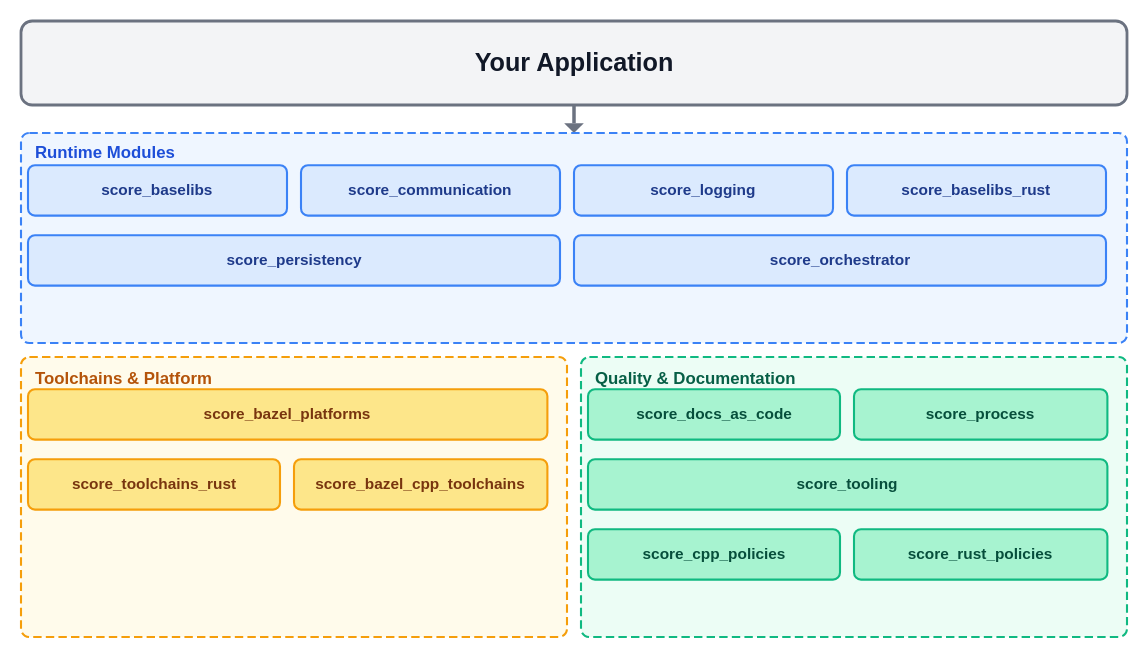
The draw.io diagram docs/users_guide/_assets/module_deps.drawio.svg in eclipse-score/score, before a commit. Source tidied: cells renumbered, new cells last; positions are measured from the earlier drawing's top-left corner, leaving out a move shared by most shapes. Its diagram source:
```xml
<mxGraphModel>
  <root>
    <mxCell id="0" />
    <mxCell id="1" parent="0" />
    <mxCell id="2" value="Your Application" style="rounded=1;whiteSpace=wrap;html=1;fillColor=#F3F4F6;strokeColor=#6B7280;fontStyle=1;fontSize=14;" parent="1" vertex="1">
      <mxGeometry width="790" height="60" as="geometry" />
    </mxCell>
    <mxCell id="3" value="Runtime Modules" style="rounded=1;html=1;fillColor=#EFF6FF;strokeColor=#3B82F6;dashed=1;dashPattern=6 3;verticalAlign=top;align=left;spacingLeft=8;spacingTop=2;fontStyle=1;fontSize=12;fontColor=#1D4ED8;" parent="1" vertex="1">
      <mxGeometry y="80" width="790" height="150" as="geometry" />
    </mxCell>
    <mxCell id="4" value="score_baselibs" style="rounded=1;whiteSpace=wrap;html=1;fillColor=#DBEAFE;strokeColor=#3B82F6;fontColor=#1E3A8A;fontStyle=1;" parent="1" vertex="1">
      <mxGeometry x="5" y="103" width="185" height="36" as="geometry" />
    </mxCell>
    <mxCell id="5" value="score_communication" style="rounded=1;whiteSpace=wrap;html=1;fillColor=#DBEAFE;strokeColor=#3B82F6;fontColor=#1E3A8A;fontStyle=1;" parent="1" vertex="1">
      <mxGeometry x="200" y="103" width="185" height="36" as="geometry" />
    </mxCell>
    <mxCell id="6" value="score_logging" style="rounded=1;whiteSpace=wrap;html=1;fillColor=#DBEAFE;strokeColor=#3B82F6;fontColor=#1E3A8A;fontStyle=1;" parent="1" vertex="1">
      <mxGeometry x="395" y="103" width="185" height="36" as="geometry" />
    </mxCell>
    <mxCell id="7" value="score_baselibs_rust" style="rounded=1;whiteSpace=wrap;html=1;fillColor=#DBEAFE;strokeColor=#3B82F6;fontColor=#1E3A8A;fontStyle=1;" parent="1" vertex="1">
      <mxGeometry x="590" y="103" width="185" height="36" as="geometry" />
    </mxCell>
    <mxCell id="8" value="score_persistency" style="rounded=1;whiteSpace=wrap;html=1;fillColor=#DBEAFE;strokeColor=#3B82F6;fontColor=#1E3A8A;fontStyle=1;" parent="1" vertex="1">
      <mxGeometry x="5" y="153" width="380" height="36" as="geometry" />
    </mxCell>
    <mxCell id="9" value="score_orchestrator" style="rounded=1;whiteSpace=wrap;html=1;fillColor=#DBEAFE;strokeColor=#3B82F6;fontColor=#1E3A8A;fontStyle=1;" parent="1" vertex="1">
      <mxGeometry x="395" y="153" width="380" height="36" as="geometry" />
    </mxCell>
    <mxCell id="10" value="Toolchains &amp; Platform" style="rounded=1;html=1;fillColor=#FFFBEB;strokeColor=#F59E0B;dashed=1;dashPattern=6 3;verticalAlign=top;align=left;spacingLeft=8;spacingTop=2;fontStyle=1;fontSize=12;fontColor=#B45309;" parent="1" vertex="1">
      <mxGeometry y="240" width="390" height="200" as="geometry" />
    </mxCell>
    <mxCell id="11" value="score_bazel_platforms" style="rounded=1;whiteSpace=wrap;html=1;fillColor=#FDE68A;strokeColor=#F59E0B;fontColor=#78350F;fontStyle=1;" parent="1" vertex="1">
      <mxGeometry x="5" y="263" width="371" height="36" as="geometry" />
    </mxCell>
    <mxCell id="12" value="score_toolchains_rust" style="rounded=1;whiteSpace=wrap;html=1;fillColor=#FDE68A;strokeColor=#F59E0B;fontColor=#78350F;fontStyle=1;" parent="1" vertex="1">
      <mxGeometry x="5" y="313" width="180" height="36" as="geometry" />
    </mxCell>
    <mxCell id="13" value="score_bazel_cpp_toolchains" style="rounded=1;whiteSpace=wrap;html=1;fillColor=#FDE68A;strokeColor=#F59E0B;fontColor=#78350F;fontStyle=1;" parent="1" vertex="1">
      <mxGeometry x="195" y="313" width="181" height="36" as="geometry" />
    </mxCell>
    <mxCell id="14" value="Quality &amp; Documentation" style="rounded=1;html=1;fillColor=#ECFDF5;strokeColor=#10B981;dashed=1;dashPattern=6 3;verticalAlign=top;align=left;spacingLeft=8;spacingTop=2;fontStyle=1;fontSize=12;fontColor=#065F46;" parent="1" vertex="1">
      <mxGeometry x="400" y="240" width="390" height="200" as="geometry" />
    </mxCell>
    <mxCell id="15" value="score_docs_as_code" style="rounded=1;whiteSpace=wrap;html=1;fillColor=#A7F3D0;strokeColor=#10B981;fontColor=#064E3B;fontStyle=1;" parent="1" vertex="1">
      <mxGeometry x="405" y="263" width="180" height="36" as="geometry" />
    </mxCell>
    <mxCell id="16" value="score_process" style="rounded=1;whiteSpace=wrap;html=1;fillColor=#A7F3D0;strokeColor=#10B981;fontColor=#064E3B;fontStyle=1;" parent="1" vertex="1">
      <mxGeometry x="595" y="263" width="181" height="36" as="geometry" />
    </mxCell>
    <mxCell id="17" value="score_tooling" style="rounded=1;whiteSpace=wrap;html=1;fillColor=#A7F3D0;strokeColor=#10B981;fontColor=#064E3B;fontStyle=1;" parent="1" vertex="1">
      <mxGeometry x="405" y="313" width="371" height="36" as="geometry" />
    </mxCell>
    <mxCell id="18" value="score_rust_policies" style="rounded=1;whiteSpace=wrap;html=1;fillColor=#A7F3D0;strokeColor=#10B981;fontColor=#064E3B;fontStyle=1;" parent="1" vertex="1">
      <mxGeometry x="595" y="363" width="181" height="36" as="geometry" />
    </mxCell>
    <mxCell id="19" value="score_cpp_policies" style="rounded=1;whiteSpace=wrap;html=1;fillColor=#A7F3D0;strokeColor=#10B981;fontColor=#064E3B;fontStyle=1;" parent="1" vertex="1">
      <mxGeometry x="405" y="363" width="180" height="36" as="geometry" />
    </mxCell>
    <mxCell id="20" style="edgeStyle=orthogonalEdgeStyle;rounded=0;jettySize=auto;exitX=0.5;exitY=1;exitDx=0;exitDy=0;entryX=0.5;entryY=0;entryDx=0;entryDy=0;strokeColor=#6B7280;strokeWidth=2.5;fillColor=#6B7280;" parent="1" edge="1" source="2" target="3">
      <mxGeometry relative="1" as="geometry" />
    </mxCell>
  </root>
</mxGraphModel>
```
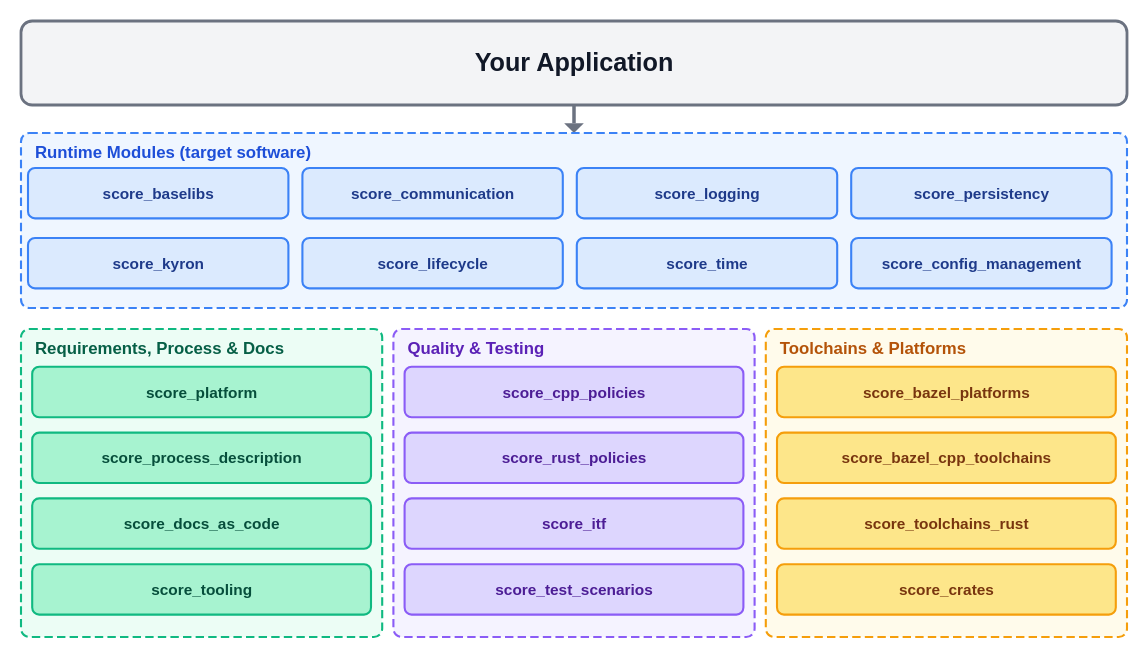
After the commit.

The edit, as a diff of the source:
```diff
@@ -2,62 +2,83 @@
   <root>
     <mxCell id="0" />
     <mxCell id="1" parent="0" />
-    <mxCell id="2" value="Your Application" style="rounded=1;whiteSpace=wrap;html=1;fillColor=#F3F4F6;strokeColor=#6B7280;fontStyle=1;fontSize=14;" parent="1" vertex="1">
+    <mxCell id="2" value="Your Application" style="rounded=1;arcSize=10;fillColor=#F3F4F6;strokeColor=#6B7280;strokeWidth=2;fontStyle=1;fontSize=18;fontColor=#111827;" parent="1" vertex="1">
       <mxGeometry width="790" height="60" as="geometry" />
     </mxCell>
-    <mxCell id="3" value="Runtime Modules" style="rounded=1;html=1;fillColor=#EFF6FF;strokeColor=#3B82F6;dashed=1;dashPattern=6 3;verticalAlign=top;align=left;spacingLeft=8;spacingTop=2;fontStyle=1;fontSize=12;fontColor=#1D4ED8;" parent="1" vertex="1">
-      <mxGeometry y="80" width="790" height="150" as="geometry" />
+    <mxCell id="3" value="Runtime Modules (target software)" style="rounded=1;arcSize=3;dashed=1;dashPattern=6 3;fillColor=#EFF6FF;strokeColor=#3B82F6;fontColor=#1D4ED8;fontStyle=1;fontSize=12;verticalAlign=top;align=left;spacingLeft=8;" parent="1" vertex="1">
+      <mxGeometry y="80" width="790" height="125" as="geometry" />
     </mxCell>
-    <mxCell id="4" value="score_baselibs" style="rounded=1;whiteSpace=wrap;html=1;fillColor=#DBEAFE;strokeColor=#3B82F6;fontColor=#1E3A8A;fontStyle=1;" parent="1" vertex="1">
-      <mxGeometry x="5" y="103" width="185" height="36" as="geometry" />
+    <mxCell id="4" value="score_baselibs" style="rounded=1;arcSize=14;fillColor=#DBEAFE;strokeColor=#3B82F6;fontColor=#1E3A8A;fontStyle=1;fontSize=11;" parent="1" vertex="1">
+      <mxGeometry x="5" y="105" width="186" height="36" as="geometry" />
     </mxCell>
-    <mxCell id="5" value="score_communication" style="rounded=1;whiteSpace=wrap;html=1;fillColor=#DBEAFE;strokeColor=#3B82F6;fontColor=#1E3A8A;fontStyle=1;" parent="1" vertex="1">
-      <mxGeometry x="200" y="103" width="185" height="36" as="geometry" />
+    <mxCell id="5" value="score_communication" style="rounded=1;arcSize=14;fillColor=#DBEAFE;strokeColor=#3B82F6;fontColor=#1E3A8A;fontStyle=1;fontSize=11;" parent="1" vertex="1">
+      <mxGeometry x="201" y="105" width="186" height="36" as="geometry" />
     </mxCell>
-    <mxCell id="6" value="score_logging" style="rounded=1;whiteSpace=wrap;html=1;fillColor=#DBEAFE;strokeColor=#3B82F6;fontColor=#1E3A8A;fontStyle=1;" parent="1" vertex="1">
-      <mxGeometry x="395" y="103" width="185" height="36" as="geometry" />
+    <mxCell id="6" value="score_logging" style="rounded=1;arcSize=14;fillColor=#DBEAFE;strokeColor=#3B82F6;fontColor=#1E3A8A;fontStyle=1;fontSize=11;" parent="1" vertex="1">
+      <mxGeometry x="397" y="105" width="186" height="36" as="geometry" />
     </mxCell>
-    <mxCell id="7" value="score_baselibs_rust" style="rounded=1;whiteSpace=wrap;html=1;fillColor=#DBEAFE;strokeColor=#3B82F6;fontColor=#1E3A8A;fontStyle=1;" parent="1" vertex="1">
-      <mxGeometry x="590" y="103" width="185" height="36" as="geometry" />
+    <mxCell id="7" value="score_persistency" style="rounded=1;arcSize=14;fillColor=#DBEAFE;strokeColor=#3B82F6;fontColor=#1E3A8A;fontStyle=1;fontSize=11;" parent="1" vertex="1">
+      <mxGeometry x="593" y="105" width="186" height="36" as="geometry" />
     </mxCell>
-    <mxCell id="8" value="score_persistency" style="rounded=1;whiteSpace=wrap;html=1;fillColor=#DBEAFE;strokeColor=#3B82F6;fontColor=#1E3A8A;fontStyle=1;" parent="1" vertex="1">
-      <mxGeometry x="5" y="153" width="380" height="36" as="geometry" />
+    <mxCell id="8" value="score_kyron" style="rounded=1;arcSize=14;fillColor=#DBEAFE;strokeColor=#3B82F6;fontColor=#1E3A8A;fontStyle=1;fontSize=11;" parent="1" vertex="1">
+      <mxGeometry x="5" y="155" width="186" height="36" as="geometry" />
     </mxCell>
-    <mxCell id="9" value="score_orchestrator" style="rounded=1;whiteSpace=wrap;html=1;fillColor=#DBEAFE;strokeColor=#3B82F6;fontColor=#1E3A8A;fontStyle=1;" parent="1" vertex="1">
-      <mxGeometry x="395" y="153" width="380" height="36" as="geometry" />
+    <mxCell id="9" value="score_lifecycle" style="rounded=1;arcSize=14;fillColor=#DBEAFE;strokeColor=#3B82F6;fontColor=#1E3A8A;fontStyle=1;fontSize=11;" parent="1" vertex="1">
+      <mxGeometry x="201" y="155" width="186" height="36" as="geometry" />
     </mxCell>
-    <mxCell id="10" value="Toolchains &amp; Platform" style="rounded=1;html=1;fillColor=#FFFBEB;strokeColor=#F59E0B;dashed=1;dashPattern=6 3;verticalAlign=top;align=left;spacingLeft=8;spacingTop=2;fontStyle=1;fontSize=12;fontColor=#B45309;" parent="1" vertex="1">
-      <mxGeometry y="240" width="390" height="200" as="geometry" />
+    <mxCell id="10" value="score_time" style="rounded=1;arcSize=14;fillColor=#DBEAFE;strokeColor=#3B82F6;fontColor=#1E3A8A;fontStyle=1;fontSize=11;" parent="1" vertex="1">
+      <mxGeometry x="397" y="155" width="186" height="36" as="geometry" />
     </mxCell>
-    <mxCell id="11" value="score_bazel_platforms" style="rounded=1;whiteSpace=wrap;html=1;fillColor=#FDE68A;strokeColor=#F59E0B;fontColor=#78350F;fontStyle=1;" parent="1" vertex="1">
-      <mxGeometry x="5" y="263" width="371" height="36" as="geometry" />
+    <mxCell id="11" value="score_config_management" style="rounded=1;arcSize=14;fillColor=#DBEAFE;strokeColor=#3B82F6;fontColor=#1E3A8A;fontStyle=1;fontSize=11;" parent="1" vertex="1">
+      <mxGeometry x="593" y="155" width="186" height="36" as="geometry" />
     </mxCell>
+    <mxCell id="21" style="endArrow=block;endFill=1;strokeColor=#6B7280;strokeWidth=2.5;" parent="1" edge="1" source="2" target="3">
+      <mxGeometry relative="1" as="geometry" />
+    </mxCell>
-    <mxCell id="12" value="score_toolchains_rust" style="rounded=1;whiteSpace=wrap;html=1;fillColor=#FDE68A;strokeColor=#F59E0B;fontColor=#78350F;fontStyle=1;" parent="1" vertex="1">
-      <mxGeometry x="5" y="313" width="180" height="36" as="geometry" />
+    <mxCell id="12" value="Requirements, Process &amp; Docs" style="rounded=1;arcSize=3;dashed=1;dashPattern=6 3;fillColor=#ECFDF5;strokeColor=#10B981;fontColor=#065F46;fontStyle=1;fontSize=12;verticalAlign=top;align=left;spacingLeft=8;" parent="1" vertex="1">
+      <mxGeometry y="220" width="258" height="220" as="geometry" />
     </mxCell>
-    <mxCell id="13" value="score_bazel_cpp_toolchains" style="rounded=1;whiteSpace=wrap;html=1;fillColor=#FDE68A;strokeColor=#F59E0B;fontColor=#78350F;fontStyle=1;" parent="1" vertex="1">
-      <mxGeometry x="195" y="313" width="181" height="36" as="geometry" />
+    <mxCell id="13" value="score_platform" style="rounded=1;arcSize=14;fillColor=#A7F3D0;strokeColor=#10B981;fontColor=#064E3B;fontStyle=1;fontSize=11;" parent="1" vertex="1">
+      <mxGeometry x="8" y="247" width="242" height="36" as="geometry" />
     </mxCell>
-    <mxCell id="14" value="Quality &amp; Documentation" style="rounded=1;html=1;fillColor=#ECFDF5;strokeColor=#10B981;dashed=1;dashPattern=6 3;verticalAlign=top;align=left;spacingLeft=8;spacingTop=2;fontStyle=1;fontSize=12;fontColor=#065F46;" parent="1" vertex="1">
-      <mxGeometry x="400" y="240" width="390" height="200" as="geometry" />
+    <mxCell id="14" value="score_process_description" style="rounded=1;arcSize=14;fillColor=#A7F3D0;strokeColor=#10B981;fontColor=#064E3B;fontStyle=1;fontSize=11;" parent="1" vertex="1">
+      <mxGeometry x="8" y="294" width="242" height="36" as="geometry" />
     </mxCell>
-    <mxCell id="15" value="score_docs_as_code" style="rounded=1;whiteSpace=wrap;html=1;fillColor=#A7F3D0;strokeColor=#10B981;fontColor=#064E3B;fontStyle=1;" parent="1" vertex="1">
-      <mxGeometry x="405" y="263" width="180" height="36" as="geometry" />
+    <mxCell id="15" value="score_docs_as_code" style="rounded=1;arcSize=14;fillColor=#A7F3D0;strokeColor=#10B981;fontColor=#064E3B;fontStyle=1;fontSize=11;" parent="1" vertex="1">
+      <mxGeometry x="8" y="341" width="242" height="36" as="geometry" />
     </mxCell>
-    <mxCell id="16" value="score_process" style="rounded=1;whiteSpace=wrap;html=1;fillColor=#A7F3D0;strokeColor=#10B981;fontColor=#064E3B;fontStyle=1;" parent="1" vertex="1">
-      <mxGeometry x="595" y="263" width="181" height="36" as="geometry" />
+    <mxCell id="16" value="score_tooling" style="rounded=1;arcSize=14;fillColor=#A7F3D0;strokeColor=#10B981;fontColor=#064E3B;fontStyle=1;fontSize=11;" parent="1" vertex="1">
+      <mxGeometry x="8" y="388" width="242" height="36" as="geometry" />
     </mxCell>
-    <mxCell id="17" value="score_tooling" style="rounded=1;whiteSpace=wrap;html=1;fillColor=#A7F3D0;strokeColor=#10B981;fontColor=#064E3B;fontStyle=1;" parent="1" vertex="1">
-      <mxGeometry x="405" y="313" width="371" height="36" as="geometry" />
+    <mxCell id="17" value="Quality &amp; Testing" style="rounded=1;arcSize=3;dashed=1;dashPattern=6 3;fillColor=#F5F3FF;strokeColor=#8B5CF6;fontColor=#5B21B6;fontStyle=1;fontSize=12;verticalAlign=top;align=left;spacingLeft=8;" parent="1" vertex="1">
+      <mxGeometry x="266" y="220" width="258" height="220" as="geometry" />
     </mxCell>
-    <mxCell id="18" value="score_rust_policies" style="rounded=1;whiteSpace=wrap;html=1;fillColor=#A7F3D0;strokeColor=#10B981;fontColor=#064E3B;fontStyle=1;" parent="1" vertex="1">
-      <mxGeometry x="595" y="363" width="181" height="36" as="geometry" />
+    <mxCell id="18" value="score_cpp_policies" style="rounded=1;arcSize=14;fillColor=#DDD6FE;strokeColor=#8B5CF6;fontColor=#4C1D95;fontStyle=1;fontSize=11;" parent="1" vertex="1">
+      <mxGeometry x="274" y="247" width="242" height="36" as="geometry" />
     </mxCell>
+    <mxCell id="20" value="score_rust_policies" style="rounded=1;arcSize=14;fillColor=#DDD6FE;strokeColor=#8B5CF6;fontColor=#4C1D95;fontStyle=1;fontSize=11;" parent="1" vertex="1">
+      <mxGeometry x="274" y="294" width="242" height="36" as="geometry" />
+    </mxCell>
-    <mxCell id="19" value="score_cpp_policies" style="rounded=1;whiteSpace=wrap;html=1;fillColor=#A7F3D0;strokeColor=#10B981;fontColor=#064E3B;fontStyle=1;" parent="1" vertex="1">
-      <mxGeometry x="405" y="363" width="180" height="36" as="geometry" />
+    <mxCell id="19" value="score_itf" style="rounded=1;arcSize=14;fillColor=#DDD6FE;strokeColor=#8B5CF6;fontColor=#4C1D95;fontStyle=1;fontSize=11;" parent="1" vertex="1">
+      <mxGeometry x="274" y="341" width="242" height="36" as="geometry" />
     </mxCell>
-    <mxCell id="20" style="edgeStyle=orthogonalEdgeStyle;rounded=0;jettySize=auto;exitX=0.5;exitY=1;exitDx=0;exitDy=0;entryX=0.5;entryY=0;entryDx=0;entryDy=0;strokeColor=#6B7280;strokeWidth=2.5;fillColor=#6B7280;" parent="1" edge="1" source="2" target="3">
-      <mxGeometry relative="1" as="geometry" />
-    </mxCell>
+    <mxCell id="22" value="score_test_scenarios" style="rounded=1;arcSize=14;fillColor=#DDD6FE;strokeColor=#8B5CF6;fontColor=#4C1D95;fontStyle=1;fontSize=11;" parent="1" vertex="1">
+      <mxGeometry x="274" y="388" width="242" height="36" as="geometry" />
+    </mxCell>
+    <mxCell id="23" value="Toolchains &amp; Platforms" style="rounded=1;arcSize=3;dashed=1;dashPattern=6 3;fillColor=#FFFBEB;strokeColor=#F59E0B;fontColor=#B45309;fontStyle=1;fontSize=12;verticalAlign=top;align=left;spacingLeft=8;" parent="1" vertex="1">
+      <mxGeometry x="532" y="220" width="258" height="220" as="geometry" />
+    </mxCell>
+    <mxCell id="24" value="score_bazel_platforms" style="rounded=1;arcSize=14;fillColor=#FDE68A;strokeColor=#F59E0B;fontColor=#78350F;fontStyle=1;fontSize=11;" parent="1" vertex="1">
+      <mxGeometry x="540" y="247" width="242" height="36" as="geometry" />
+    </mxCell>
+    <mxCell id="25" value="score_bazel_cpp_toolchains" style="rounded=1;arcSize=14;fillColor=#FDE68A;strokeColor=#F59E0B;fontColor=#78350F;fontStyle=1;fontSize=11;" parent="1" vertex="1">
+      <mxGeometry x="540" y="294" width="242" height="36" as="geometry" />
+    </mxCell>
+    <mxCell id="26" value="score_toolchains_rust" style="rounded=1;arcSize=14;fillColor=#FDE68A;strokeColor=#F59E0B;fontColor=#78350F;fontStyle=1;fontSize=11;" parent="1" vertex="1">
+      <mxGeometry x="540" y="341" width="242" height="36" as="geometry" />
+    </mxCell>
+    <mxCell id="27" value="score_crates" style="rounded=1;arcSize=14;fillColor=#FDE68A;strokeColor=#F59E0B;fontColor=#78350F;fontStyle=1;fontSize=11;" parent="1" vertex="1">
+      <mxGeometry x="540" y="388" width="242" height="36" as="geometry" />
+    </mxCell>
   </root>
 </mxGraphModel>
```
